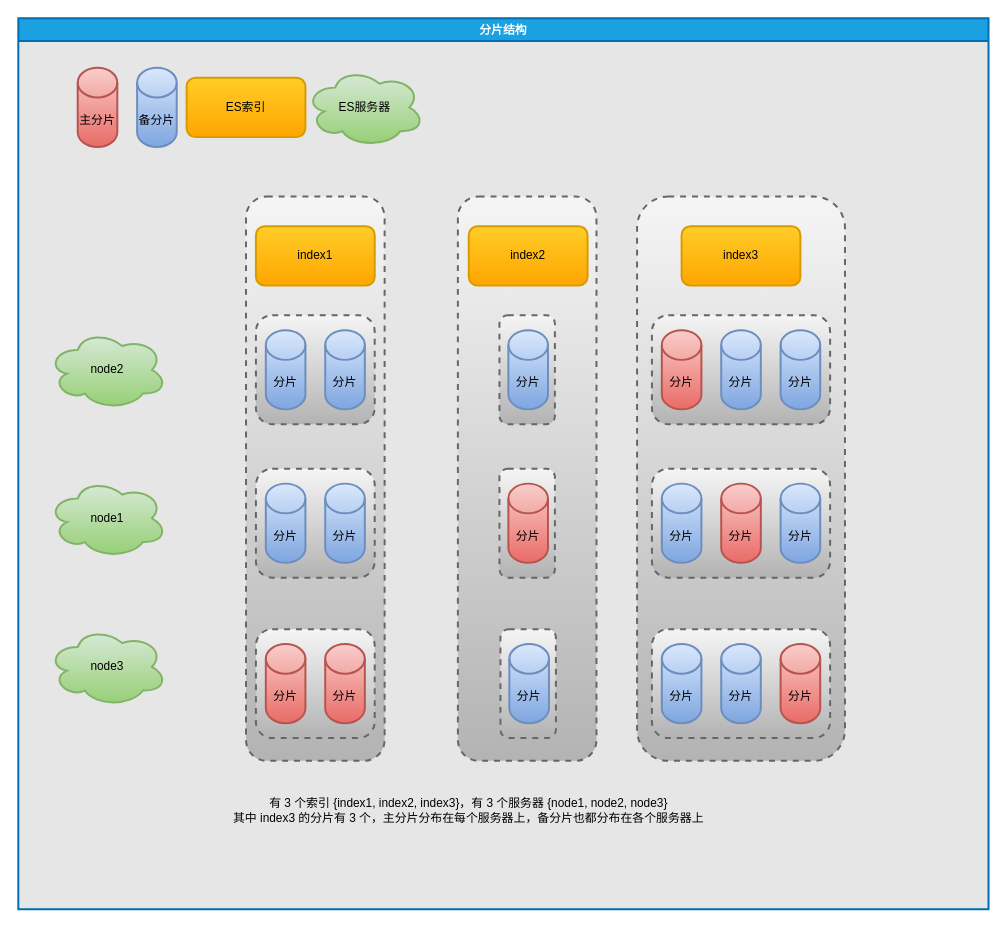
xauvlove/uml keeps this draw.io diagram as src/main/resource/learn.elasticsearch/索引分片.drawio. Above is the earlier version. Source tidied: cells renumbered, new cells numbered last; positions are measured from the earlier drawing's top-left corner, leaving out a move shared by most shapes. Both pictures are drawn from the tidied source at 99%, with x=0, y=0 at pixel (18, 18).
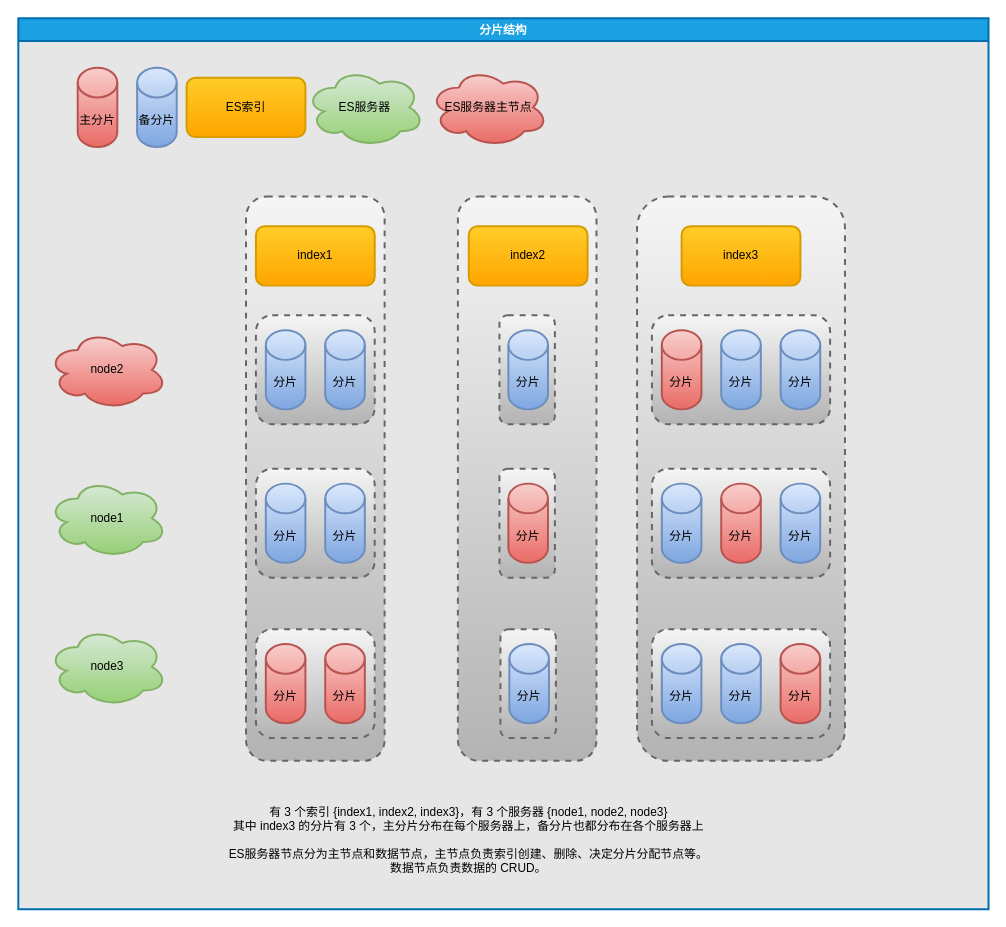
The same page after the edit.

Unchanged cells that the change refers to:
```xml
<mxCell id="2" value="分片结构" style="swimlane;strokeWidth=2;swimlaneFillColor=#E6E6E6;fillColor=#1ba1e2;strokeColor=#006EAF;fontColor=#ffffff;" parent="1" vertex="1">
  <mxGeometry width="980" height="900" as="geometry" />
</mxCell>
```

The edit, as a diff of the source:
```diff
@@
-    <mxCell id="9" value="node2" style="ellipse;shape=cloud;whiteSpace=wrap;html=1;strokeWidth=2;fillColor=#d5e8d4;gradientColor=#97d077;strokeColor=#82b366;" parent="2" vertex="1">
+    <mxCell id="9" value="node2" style="ellipse;shape=cloud;whiteSpace=wrap;html=1;strokeWidth=2;fillColor=#f8cecc;gradientColor=#ea6b66;strokeColor=#b85450;" parent="2" vertex="1">
       <mxGeometry x="30" y="315" width="120" height="80" as="geometry" />
     </mxCell>
@@
-    <mxCell id="37" value="有 3 个索引 {index1, index2, index3}，有 3 个服务器 {node1, node2, node3}&lt;br&gt;其中 index3 的分片有 3 个，主分片分布在每个服务器上，备分片也都分布在各个服务器上" style="text;html=1;strokeColor=none;fillColor=none;align=center;verticalAlign=middle;whiteSpace=wrap;rounded=0;" parent="2" vertex="1">
-      <mxGeometry x="160" y="740" width="590" height="120" as="geometry" />
+    <mxCell id="37" value="有 3 个索引 {index1, index2, index3}，有 3 个服务器 {node1, node2, node3}&lt;br&gt;其中 index3 的分片有 3 个，主分片分布在每个服务器上，备分片也都分布在各个服务器上&lt;br&gt;&lt;br&gt;ES服务器节点分为主节点和数据节点，主节点负责索引创建、删除、决定分片分配节点等。&lt;br&gt;数据节点负责数据的 CRUD。" style="text;html=1;strokeColor=none;fillColor=none;align=center;verticalAlign=middle;whiteSpace=wrap;rounded=0;" parent="2" vertex="1">
+      <mxGeometry x="160" y="770" width="590" height="120" as="geometry" />
     </mxCell>
@@
+    <mxCell id="44" value="ES服务器主节点" style="ellipse;shape=cloud;whiteSpace=wrap;html=1;strokeWidth=2;fillColor=#f8cecc;gradientColor=#ea6b66;strokeColor=#b85450;" parent="2" vertex="1">
+      <mxGeometry x="415" y="50" width="120" height="80" as="geometry" />
+    </mxCell>
```
